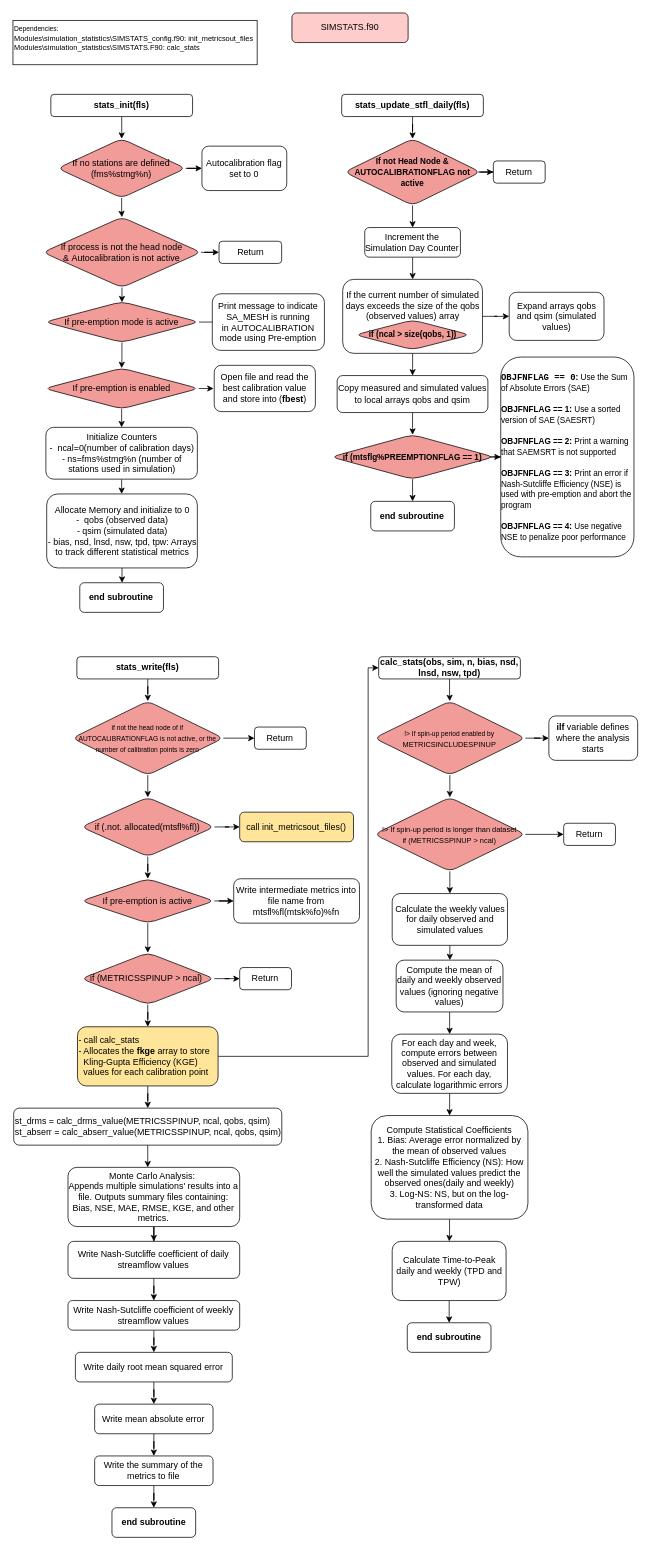
This is SIMSTATS.drawio from MeshMapping/r1813_Mappings, a draw.io file, before an edit. Source tidied: cells renumbered, new cells numbered last; positions are measured from the earlier drawing's top-left corner, leaving out a move shared by most shapes. Both pictures are drawn from the tidied source at 74%, with x=0, y=0 at pixel (13, 13).
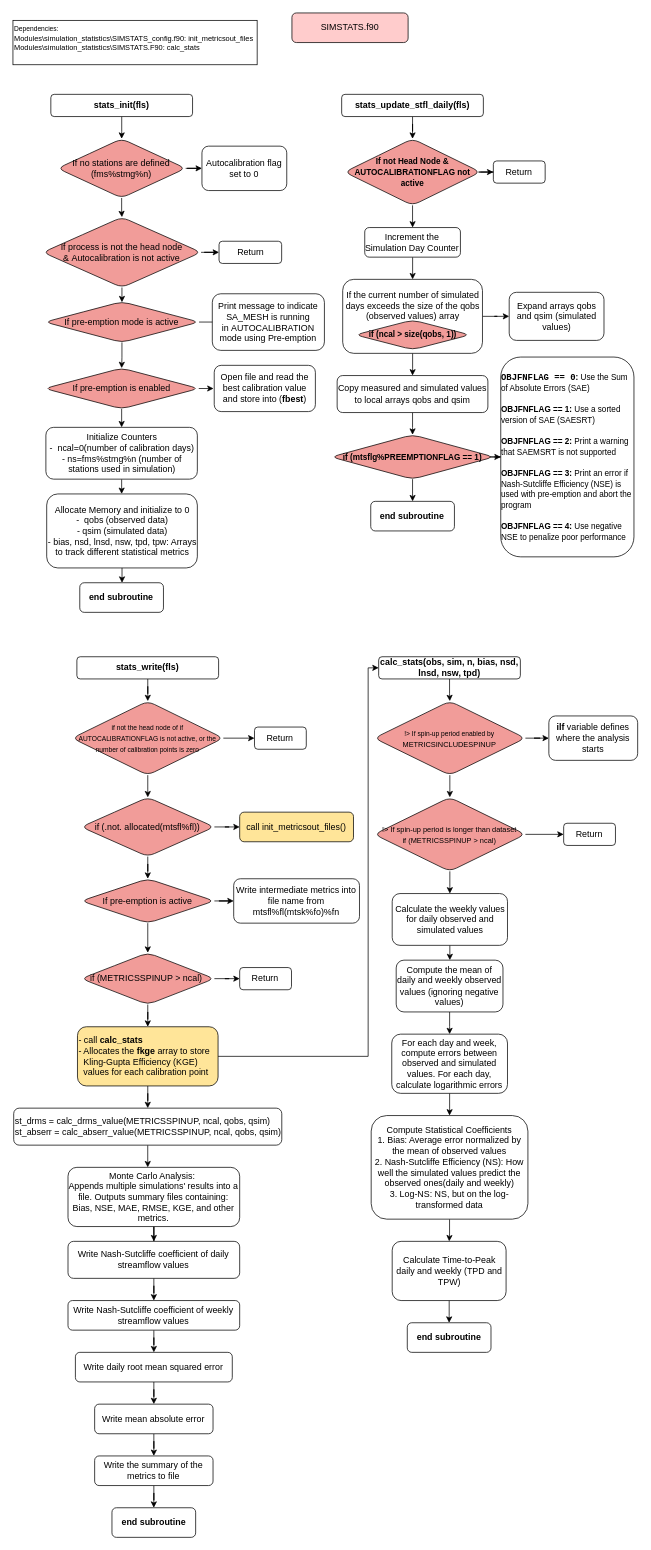
The same diagram, later.

Change to the diagram source:
```diff
@@
-    <mxCell id="24" value="&lt;div&gt;&lt;span style=&quot;font-weight: 400;&quot;&gt;-&amp;nbsp;&lt;/span&gt;&lt;span style=&quot;background-color: initial; font-weight: 400;&quot;&gt;call calc_stats&lt;/span&gt;&lt;/div&gt;&lt;span style=&quot;font-weight: 400;&quot;&gt;- Allocates the &lt;/span&gt;fkge &lt;span style=&quot;font-weight: 400;&quot;&gt;array to store&amp;nbsp; &amp;nbsp; &amp;nbsp; Kling-Gupta Efficiency (KGE)&amp;nbsp; &amp;nbsp; &amp;nbsp; &amp;nbsp; &amp;nbsp; values for each calibration point&lt;/span&gt;" style="whiteSpace=wrap;html=1;fillColor=#FFE599;rounded=1;fontStyle=1;align=left;" parent="1" vertex="1">
+    <mxCell id="24" value="&lt;div&gt;&lt;span style=&quot;font-weight: 400;&quot;&gt;-&amp;nbsp;&lt;/span&gt;&lt;span style=&quot;background-color: initial; font-weight: 400;&quot;&gt;call &lt;/span&gt;&lt;span style=&quot;background-color: initial;&quot;&gt;calc_stats&lt;/span&gt;&lt;/div&gt;&lt;span style=&quot;font-weight: 400;&quot;&gt;- Allocates the &lt;/span&gt;fkge &lt;span style=&quot;font-weight: 400;&quot;&gt;array to store&amp;nbsp; &amp;nbsp; &amp;nbsp; Kling-Gupta Efficiency (KGE)&amp;nbsp; &amp;nbsp; &amp;nbsp; &amp;nbsp; &amp;nbsp; values for each calibration point&lt;/span&gt;" style="whiteSpace=wrap;html=1;fillColor=#FFE599;rounded=1;fontStyle=1;align=left;" parent="1" vertex="1">
       <mxGeometry x="87.2" y="1370" width="190" height="80" as="geometry" />
     </mxCell>
```
